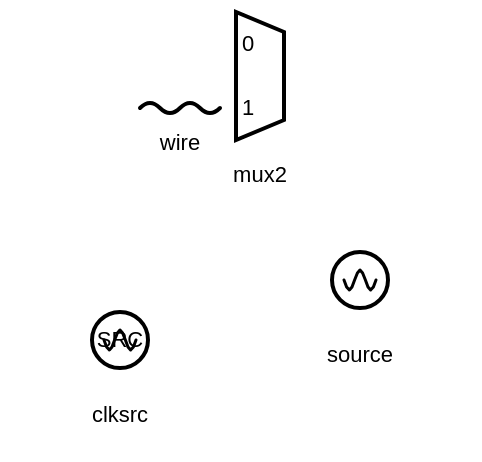
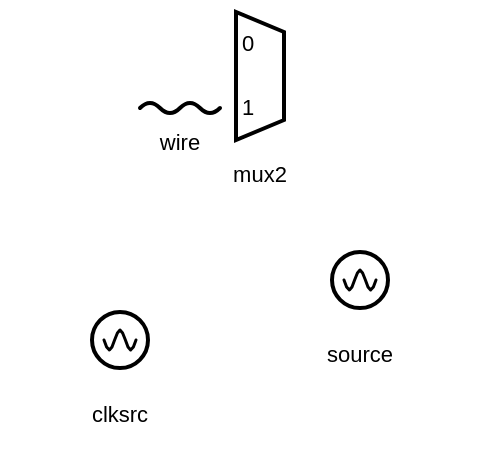
<mxfile>
  <diagram id="5ppSYJ0k6ob8voNXaxrY" name="第 1 页">
    <mxGraphModel dx="702" dy="629" grid="1" gridSize="10" guides="1" tooltips="1" connect="1" arrows="1" fold="1" page="1" pageScale="1" pageWidth="827" pageHeight="1169" math="0" shadow="0">
      <root>
        <mxCell id="0" />
        <mxCell id="1" parent="0" />
-         <object name="wire" id="9" label="&lt;div style=&quot;position:relative;box-sizing:border-box;margin:0;padding:0;display:block;width:100%;height:100%;overflow:visible;white-space:nowrap;font-family:Helvetica,Arial,sans-serif;&quot;&gt;&lt;div style=&quot;position:absolute;left:0;top:0;width:100%;height:100%;&quot;&gt;&lt;svg xmlns=&quot;http://www.w3.org/2000/svg&quot; width=&quot;100%&quot; height=&quot;100%&quot; viewBox=&quot;0 0 120 40&quot; preserveAspectRatio=&quot;none&quot; style=&quot;display:block;overflow:visible;&quot;&gt;&lt;path d=&quot;M 40 14 Q 45 9 50 14 T 60 14 T 70 14 T 80 14&quot; fill=&quot;none&quot; stroke=&quot;#000000&quot; stroke-width=&quot;2&quot; stroke-linecap=&quot;round&quot; stroke-linejoin=&quot;round&quot;/&gt;&lt;/svg&gt;&lt;/div&gt;&lt;div style=&quot;position:absolute;left:50%;top:55.00000000000001%;transform:translateX(-50%);text-align:center;font-size:11px;line-height:1;white-space:nowrap;padding-top:4px;&quot;&gt;wire&lt;/div&gt;&lt;/div&gt;" placeholders="0">
-           <mxCell style="rounded=0;whiteSpace=nowrap;html=1;metaEdit=1;placeholders=0;overflow=fill;autosize=0;fillColor=none;strokeColor=none;spacingTop=0;spacingBottom=0;spacingLeft=0;spacingRight=0;align=left;verticalAlign=top;drawclockType=wire;points=[[0.3333,0.3500,0,0,0],[0.6667,0.3500,0,0,0]];" parent="1" vertex="1">
+         <object id="9" name="wire" label="&lt;div style=&quot;position:relative;box-sizing:border-box;margin:0;padding:0;display:block;width:100%;height:100%;overflow:visible;white-space:nowrap;font-family:Helvetica,Arial,sans-serif;&quot;&gt;&lt;div style=&quot;position:absolute;left:0;top:0;width:100%;height:100%;&quot;&gt;&lt;svg xmlns=&quot;http://www.w3.org/2000/svg&quot; width=&quot;100%&quot; height=&quot;100%&quot; viewBox=&quot;0 0 120 40&quot; preserveAspectRatio=&quot;none&quot; style=&quot;display:block;overflow:visible;&quot;&gt;&lt;path d=&quot;M 40 14 Q 45 9 50 14 T 60 14 T 70 14 T 80 14&quot; fill=&quot;none&quot; stroke=&quot;#000000&quot; stroke-width=&quot;2&quot; stroke-linecap=&quot;round&quot; stroke-linejoin=&quot;round&quot;/&gt;&lt;/svg&gt;&lt;/div&gt;&lt;div style=&quot;position:absolute;left:50%;top:55.00000000000001%;transform:translateX(-50%);text-align:center;font-size:11px;line-height:1;white-space:nowrap;padding-top:4px;&quot;&gt;%name%&lt;/div&gt;&lt;/div&gt;" placeholders="1">
+           <mxCell style="rounded=0;whiteSpace=nowrap;html=1;metaEdit=1;placeholders=1;overflow=fill;autosize=0;fillColor=none;strokeColor=none;spacingTop=0;spacingBottom=0;spacingLeft=0;spacingRight=0;align=left;verticalAlign=top;drawclockType=wire;points=[[0.3333,0.3500,0,0,0],[0.6667,0.3500,0,0,0]];" parent="1" vertex="1">
            <mxGeometry x="260" y="310" width="120" height="40" as="geometry" />
          </mxCell>
        </object>
-         <object name="clksrc" id="10" label="&lt;div style=&quot;position:relative;box-sizing:border-box;margin:0;padding:0;display:block;width:100%;height:100%;overflow:visible;white-space:nowrap;font-family:Helvetica,Arial,sans-serif;&quot;&gt;&lt;div style=&quot;position:absolute;left:0;top:0;width:100%;height:100%;&quot;&gt;&lt;svg xmlns=&quot;http://www.w3.org/2000/svg&quot; width=&quot;100%&quot; height=&quot;100%&quot; viewBox=&quot;0 0 120 90&quot; preserveAspectRatio=&quot;none&quot; style=&quot;display:block;overflow:visible;&quot;&gt;&lt;circle cx=&quot;60.0&quot; cy=&quot;30&quot; r=&quot;14&quot; fill=&quot;none&quot; stroke=&quot;#000000&quot; stroke-width=&quot;2&quot;/&gt;&lt;path d=&quot;M 52.0 30.0 L 53.3 33.5 L 54.7 35.0 L 56.0 33.5 L 57.3 30.0 L 58.7 26.5 L 60.0 25.0 L 61.3 26.5 L 62.7 30.0 L 64.0 33.5 L 65.3 35.0 L 66.7 33.5 L 68.0 30.0&quot; fill=&quot;none&quot; stroke=&quot;#000000&quot; stroke-width=&quot;1.5&quot; stroke-linecap=&quot;round&quot; stroke-linejoin=&quot;round&quot;/&gt;&lt;/svg&gt;&lt;span style=&quot;position:absolute;left:50.0%;top:33.33333333333333%;font-size:11px;line-height:1;white-space:nowrap;transform:translate(-50%,-50%);&quot;&gt;SRC&lt;/span&gt;&lt;/div&gt;&lt;div style=&quot;position:absolute;left:50%;top:64.44444444444444%;transform:translateX(-50%);text-align:center;font-size:11px;line-height:1;white-space:nowrap;padding-top:4px;&quot;&gt;clksrc&lt;/div&gt;&lt;/div&gt;" placeholders="0">
-           <mxCell style="rounded=0;whiteSpace=nowrap;html=1;metaEdit=1;placeholders=0;overflow=fill;autosize=0;fillColor=none;strokeColor=none;spacingTop=0;spacingBottom=0;spacingLeft=0;spacingRight=0;align=left;verticalAlign=top;drawclockType=source;points=[[0.6167,0.3333,0,0,0]];" parent="1" vertex="1">
+         <object id="10" name="clksrc" label="&lt;div style=&quot;position:relative;box-sizing:border-box;margin:0;padding:0;display:block;width:100%;height:100%;overflow:visible;white-space:nowrap;font-family:Helvetica,Arial,sans-serif;&quot;&gt;&lt;div style=&quot;position:absolute;left:0;top:0;width:100%;height:100%;&quot;&gt;&lt;svg xmlns=&quot;http://www.w3.org/2000/svg&quot; width=&quot;100%&quot; height=&quot;100%&quot; viewBox=&quot;0 0 120 90&quot; preserveAspectRatio=&quot;none&quot; style=&quot;display:block;overflow:visible;&quot;&gt;&lt;circle cx=&quot;60.0&quot; cy=&quot;30&quot; r=&quot;14&quot; fill=&quot;none&quot; stroke=&quot;#000000&quot; stroke-width=&quot;2&quot;/&gt;&lt;path d=&quot;M 52.0 30.0 L 53.3 33.5 L 54.7 35.0 L 56.0 33.5 L 57.3 30.0 L 58.7 26.5 L 60.0 25.0 L 61.3 26.5 L 62.7 30.0 L 64.0 33.5 L 65.3 35.0 L 66.7 33.5 L 68.0 30.0&quot; fill=&quot;none&quot; stroke=&quot;#000000&quot; stroke-width=&quot;1.5&quot; stroke-linecap=&quot;round&quot; stroke-linejoin=&quot;round&quot;/&gt;&lt;/svg&gt;&lt;/div&gt;&lt;div style=&quot;position:absolute;left:50%;top:64.44444444444444%;transform:translateX(-50%);text-align:center;font-size:11px;line-height:1;white-space:nowrap;padding-top:4px;&quot;&gt;%name%&lt;/div&gt;&lt;/div&gt;" placeholders="1">
+           <mxCell style="rounded=0;whiteSpace=nowrap;html=1;metaEdit=1;placeholders=1;overflow=fill;autosize=0;fillColor=none;strokeColor=none;spacingTop=0;spacingBottom=0;spacingLeft=0;spacingRight=0;align=left;verticalAlign=top;drawclockType=source;points=[[0.6167,0.3333,0,0,0]];" parent="1" vertex="1">
            <mxGeometry x="230" y="410" width="120" height="90" as="geometry" />
          </mxCell>
        </object>
-         <object name="source" id="11" label="&lt;div style=&quot;position:relative;box-sizing:border-box;margin:0;padding:0;display:block;width:100%;height:100%;overflow:visible;white-space:nowrap;font-family:Helvetica,Arial,sans-serif;&quot;&gt;&lt;div style=&quot;position:absolute;left:0;top:0;width:100%;height:100%;&quot;&gt;&lt;svg xmlns=&quot;http://www.w3.org/2000/svg&quot; width=&quot;100%&quot; height=&quot;100%&quot; viewBox=&quot;0 0 120 90&quot; preserveAspectRatio=&quot;none&quot; style=&quot;display:block;overflow:visible;&quot;&gt;&lt;circle cx=&quot;60.0&quot; cy=&quot;30&quot; r=&quot;14&quot; fill=&quot;none&quot; stroke=&quot;#000000&quot; stroke-width=&quot;2&quot;/&gt;&lt;path d=&quot;M 52.0 30.0 L 53.3 33.5 L 54.7 35.0 L 56.0 33.5 L 57.3 30.0 L 58.7 26.5 L 60.0 25.0 L 61.3 26.5 L 62.7 30.0 L 64.0 33.5 L 65.3 35.0 L 66.7 33.5 L 68.0 30.0&quot; fill=&quot;none&quot; stroke=&quot;#000000&quot; stroke-width=&quot;1.5&quot; stroke-linecap=&quot;round&quot; stroke-linejoin=&quot;round&quot;/&gt;&lt;/svg&gt;&lt;/div&gt;&lt;div style=&quot;position:absolute;left:50%;top:64.44444444444444%;transform:translateX(-50%);text-align:center;font-size:11px;line-height:1;white-space:nowrap;padding-top:4px;&quot;&gt;source&lt;/div&gt;&lt;/div&gt;" placeholders="0">
-           <mxCell style="rounded=0;whiteSpace=nowrap;html=1;metaEdit=1;placeholders=0;overflow=fill;autosize=0;fillColor=none;strokeColor=none;spacingTop=0;spacingBottom=0;spacingLeft=0;spacingRight=0;align=left;verticalAlign=top;drawclockType=source;points=[[0.6167,0.3333,0,0,0]];" vertex="1" parent="1">
+         <object id="11" name="source" label="&lt;div style=&quot;position:relative;box-sizing:border-box;margin:0;padding:0;display:block;width:100%;height:100%;overflow:visible;white-space:nowrap;font-family:Helvetica,Arial,sans-serif;&quot;&gt;&lt;div style=&quot;position:absolute;left:0;top:0;width:100%;height:100%;&quot;&gt;&lt;svg xmlns=&quot;http://www.w3.org/2000/svg&quot; width=&quot;100%&quot; height=&quot;100%&quot; viewBox=&quot;0 0 120 90&quot; preserveAspectRatio=&quot;none&quot; style=&quot;display:block;overflow:visible;&quot;&gt;&lt;circle cx=&quot;60.0&quot; cy=&quot;30&quot; r=&quot;14&quot; fill=&quot;none&quot; stroke=&quot;#000000&quot; stroke-width=&quot;2&quot;/&gt;&lt;path d=&quot;M 52.0 30.0 L 53.3 33.5 L 54.7 35.0 L 56.0 33.5 L 57.3 30.0 L 58.7 26.5 L 60.0 25.0 L 61.3 26.5 L 62.7 30.0 L 64.0 33.5 L 65.3 35.0 L 66.7 33.5 L 68.0 30.0&quot; fill=&quot;none&quot; stroke=&quot;#000000&quot; stroke-width=&quot;1.5&quot; stroke-linecap=&quot;round&quot; stroke-linejoin=&quot;round&quot;/&gt;&lt;/svg&gt;&lt;/div&gt;&lt;div style=&quot;position:absolute;left:50%;top:64.44444444444444%;transform:translateX(-50%);text-align:center;font-size:11px;line-height:1;white-space:nowrap;padding-top:4px;&quot;&gt;%name%&lt;/div&gt;&lt;/div&gt;" placeholders="1">
+           <mxCell style="rounded=0;whiteSpace=nowrap;html=1;metaEdit=1;placeholders=1;overflow=fill;autosize=0;fillColor=none;strokeColor=none;spacingTop=0;spacingBottom=0;spacingLeft=0;spacingRight=0;align=left;verticalAlign=top;drawclockType=source;points=[[0.6167,0.3333,0,0,0]];" vertex="1" parent="1">
            <mxGeometry x="350" y="380" width="120" height="90" as="geometry" />
          </mxCell>
        </object>
-         <object in0_label="0" in1_label="1" name="mux2" id="12" label="&lt;div style=&quot;position:relative;box-sizing:border-box;margin:0;padding:0;display:block;width:100%;height:100%;overflow:visible;white-space:nowrap;font-family:Helvetica,Arial,sans-serif;&quot;&gt;&lt;div style=&quot;position:absolute;left:0;top:0;width:100%;height:100%;&quot;&gt;&lt;svg xmlns=&quot;http://www.w3.org/2000/svg&quot; width=&quot;100%&quot; height=&quot;100%&quot; viewBox=&quot;0 0 120 106&quot; preserveAspectRatio=&quot;none&quot; style=&quot;display:block;overflow:visible;&quot;&gt;&lt;polygon points=&quot;48,6 48,70 72,60 72,16&quot; fill=&quot;none&quot; stroke=&quot;#000000&quot; stroke-width=&quot;2&quot;/&gt;&lt;/svg&gt;&lt;span style=&quot;position:absolute;left:45.0%;top:20.754716981132077%;font-size:11px;line-height:1;white-space:nowrap;transform:translate(-50%,-50%);&quot;&gt;0&lt;/span&gt;&lt;span style=&quot;position:absolute;left:45.0%;top:50.943396226415096%;font-size:11px;line-height:1;white-space:nowrap;transform:translate(-50%,-50%);&quot;&gt;1&lt;/span&gt;&lt;/div&gt;&lt;div style=&quot;position:absolute;left:50%;top:73.58490566037736%;transform:translateX(-50%);text-align:center;font-size:11px;line-height:1;white-space:nowrap;padding-top:4px;&quot;&gt;mux2&lt;/div&gt;&lt;/div&gt;" placeholders="0">
-           <mxCell style="rounded=0;whiteSpace=nowrap;html=1;metaEdit=1;placeholders=0;overflow=fill;autosize=0;fillColor=none;strokeColor=none;spacingTop=0;spacingBottom=0;spacingLeft=0;spacingRight=0;align=left;verticalAlign=top;drawclockType=mux2;points=[[0.4000,0.2075,0,0,0],[0.4000,0.5094,0,0,0],[0.6000,0.3585,0,0,0]];" vertex="1" parent="1">
+         <object id="12" name="mux2" label="&lt;div style=&quot;position:relative;box-sizing:border-box;margin:0;padding:0;display:block;width:100%;height:100%;overflow:visible;white-space:nowrap;font-family:Helvetica,Arial,sans-serif;&quot;&gt;&lt;div style=&quot;position:absolute;left:0;top:0;width:100%;height:100%;&quot;&gt;&lt;svg xmlns=&quot;http://www.w3.org/2000/svg&quot; width=&quot;100%&quot; height=&quot;100%&quot; viewBox=&quot;0 0 120 106&quot; preserveAspectRatio=&quot;none&quot; style=&quot;display:block;overflow:visible;&quot;&gt;&lt;polygon points=&quot;48,6 48,70 72,60 72,16&quot; fill=&quot;none&quot; stroke=&quot;#000000&quot; stroke-width=&quot;2&quot;/&gt;&lt;/svg&gt;&lt;span style=&quot;position:absolute;left:45.0%;top:20.754716981132077%;font-size:11px;line-height:1;white-space:nowrap;transform:translate(-50%,-50%);&quot;&gt;0&lt;/span&gt;&lt;span style=&quot;position:absolute;left:45.0%;top:50.943396226415096%;font-size:11px;line-height:1;white-space:nowrap;transform:translate(-50%,-50%);&quot;&gt;1&lt;/span&gt;&lt;/div&gt;&lt;div style=&quot;position:absolute;left:50%;top:73.58490566037736%;transform:translateX(-50%);text-align:center;font-size:11px;line-height:1;white-space:nowrap;padding-top:4px;&quot;&gt;%name%&lt;/div&gt;&lt;/div&gt;" placeholders="1">
+           <mxCell style="rounded=0;whiteSpace=nowrap;html=1;metaEdit=1;placeholders=1;overflow=fill;autosize=0;fillColor=none;strokeColor=none;spacingTop=0;spacingBottom=0;spacingLeft=0;spacingRight=0;align=left;verticalAlign=top;drawclockType=mux2;points=[[0.4000,0.2075,0,0,0],[0.4000,0.5094,0,0,0],[0.6000,0.3585,0,0,0]];" vertex="1" parent="1">
            <mxGeometry x="300" y="270" width="120" height="106" as="geometry" />
          </mxCell>
        </object>
      </root>
    </mxGraphModel>
  </diagram>
</mxfile>
